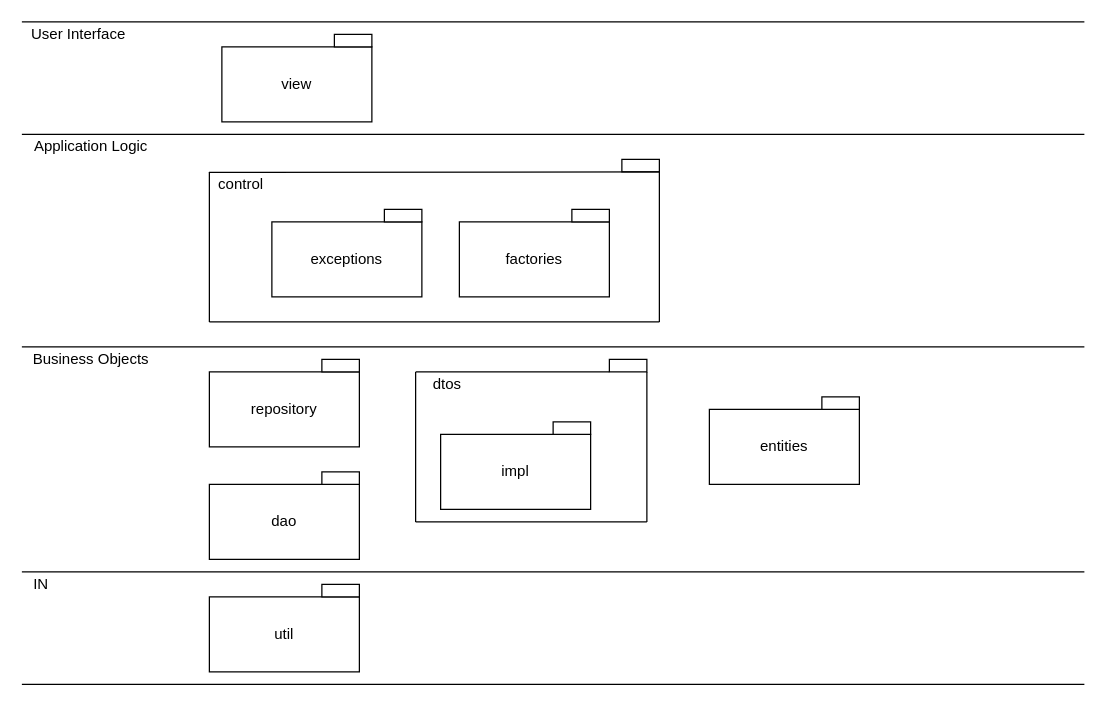
Above: doc/diagram/Paketdiagramm.drawio in KlaraGolubovic/SE02 (draw.io), before the change. Source tidied: cells renumbered, new cells numbered last; positions are measured from the earlier drawing's top-left corner, leaving out a move shared by most shapes. Both pictures are drawn from the tidied source at 125%, with x=0, y=0 at pixel (21, 21).
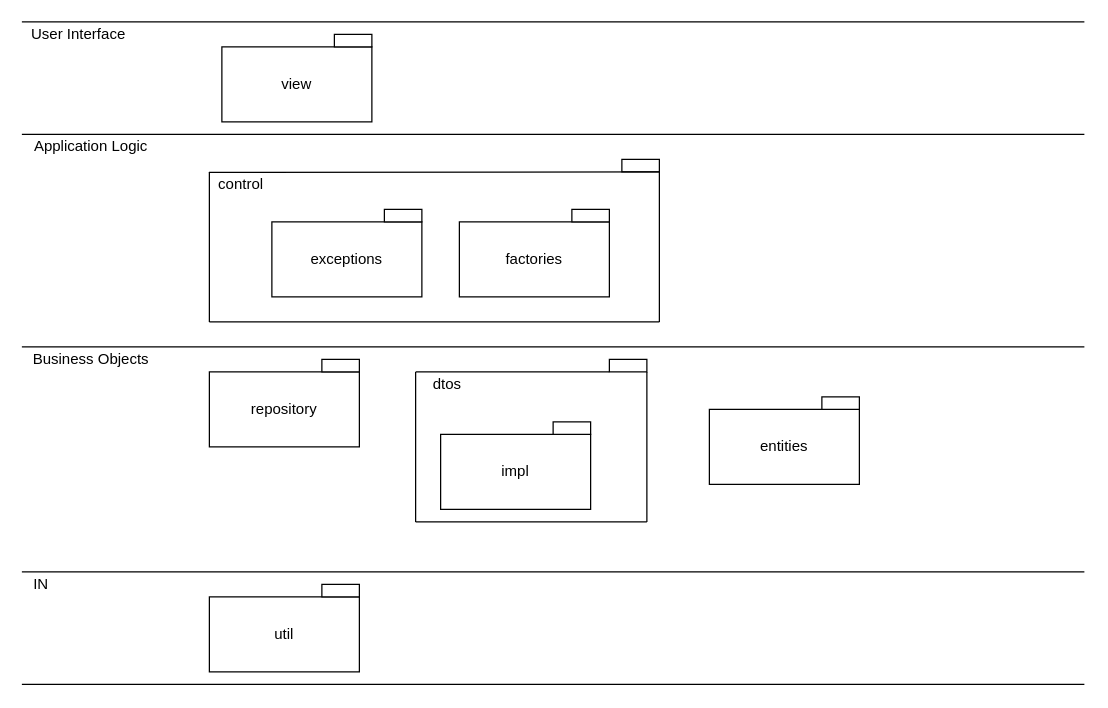
The same page after the edit.

Change to the diagram source:
```diff
@@
-    <mxCell id="4" value="dao" style="whiteSpace=wrap;html=1;" parent="1" vertex="1">
-      <mxGeometry x="150" y="370" width="120" height="60" as="geometry" />
-    </mxCell>
@@
-    <mxCell id="23" style="whiteSpace=wrap;html=1;" parent="1" vertex="1">
-      <mxGeometry x="240" y="360" width="30" height="10" as="geometry" />
-    </mxCell>
```
